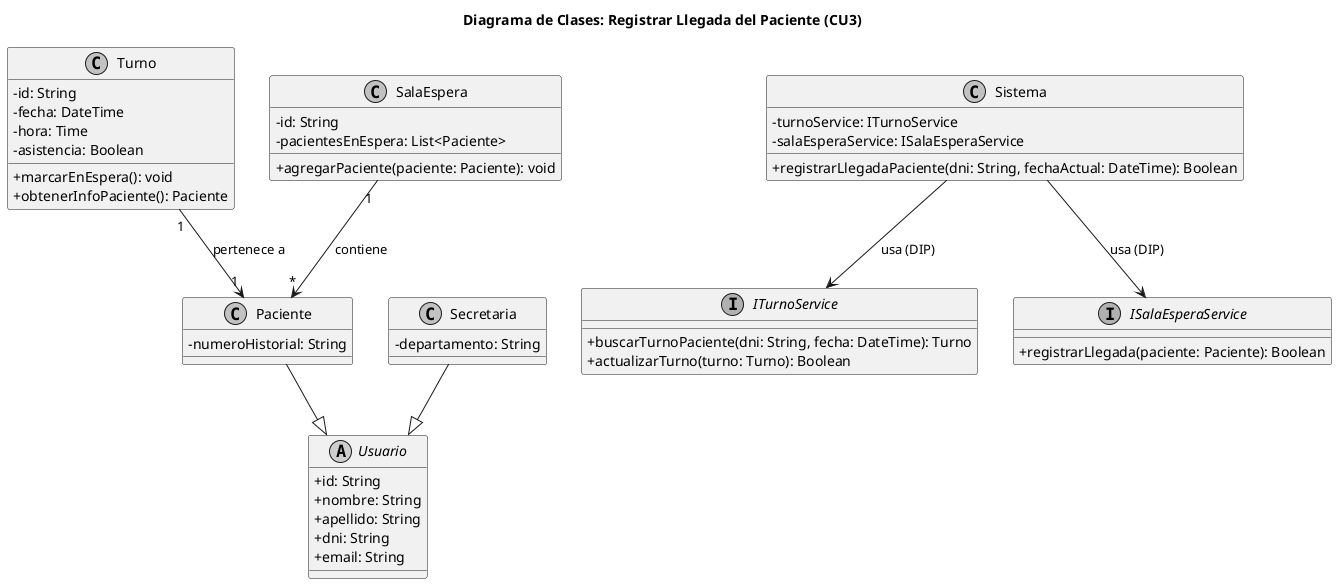
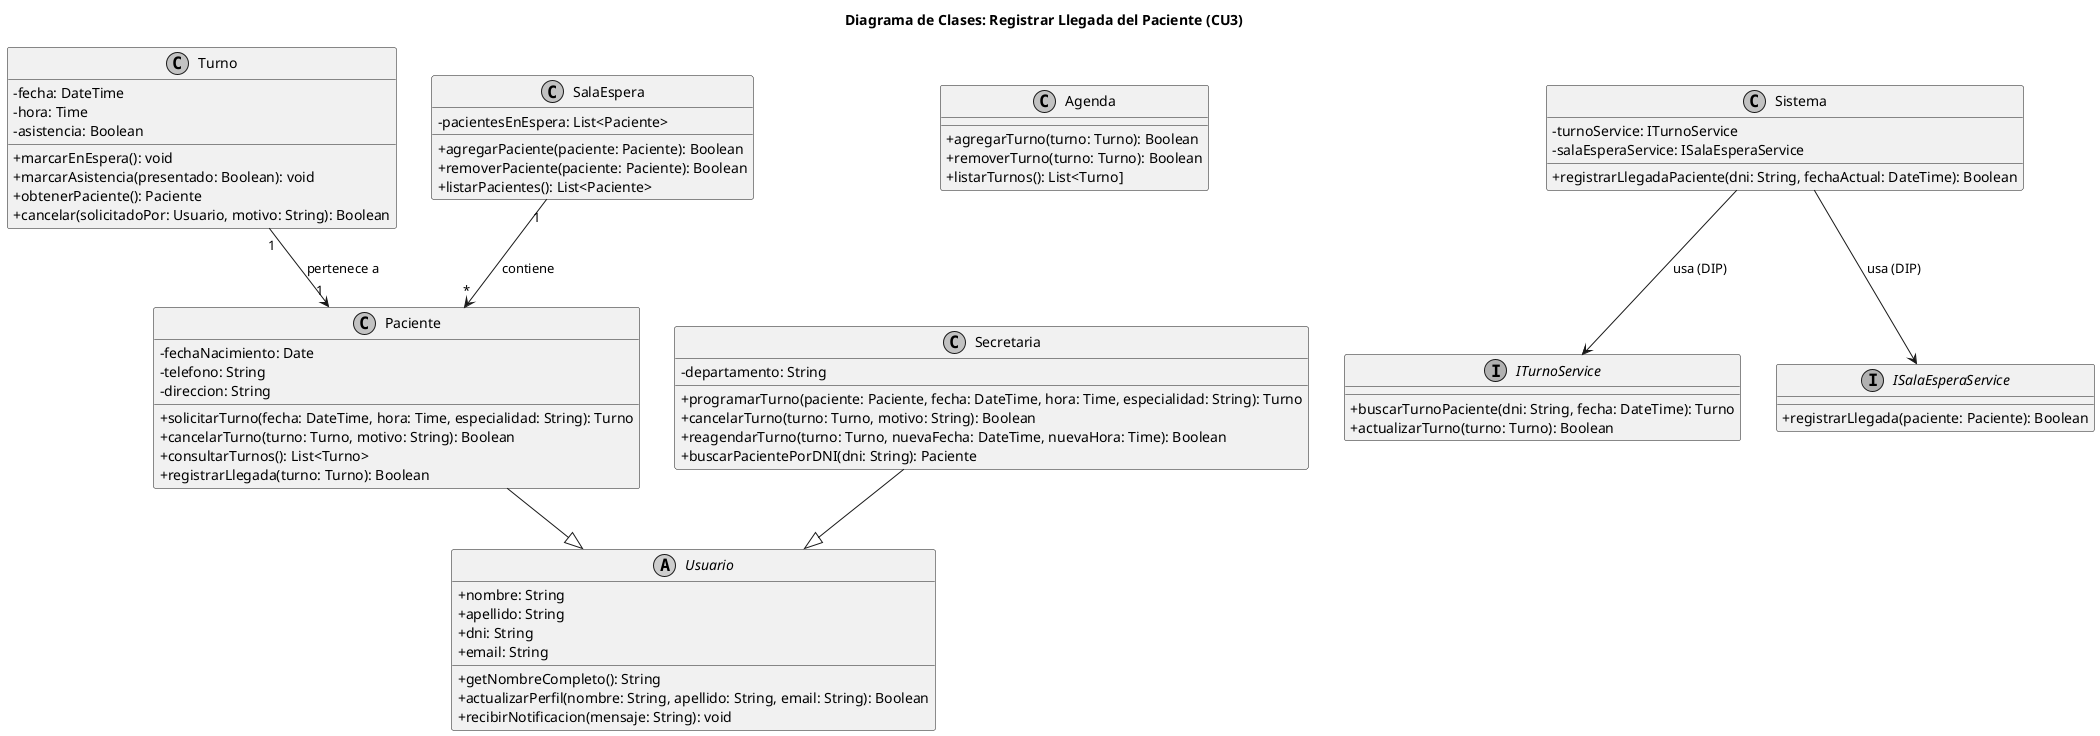
@startuml 03-clases-registrar-llegada-03
title Diagrama de Clases: Registrar Llegada del Paciente (CU3)

skinparam classAttributeIconSize 0
skinparam monochrome true

abstract class Usuario {
-     +id: String
    +nombre: String
    +apellido: String
    +dni: String
    +email: String
+     +getNombreCompleto(): String
+     +actualizarPerfil(nombre: String, apellido: String, email: String): Boolean
+     +recibirNotificacion(mensaje: String): void
}

class Paciente {
-     -numeroHistorial: String
+     -fechaNacimiento: Date
+     -telefono: String
+     -direccion: String
+     +solicitarTurno(fecha: DateTime, hora: Time, especialidad: String): Turno
+     +cancelarTurno(turno: Turno, motivo: String): Boolean
+     +consultarTurnos(): List<Turno>
+     +registrarLlegada(turno: Turno): Boolean
}

class Secretaria {
    -departamento: String
+     +programarTurno(paciente: Paciente, fecha: DateTime, hora: Time, especialidad: String): Turno
+     +cancelarTurno(turno: Turno, motivo: String): Boolean
+     +reagendarTurno(turno: Turno, nuevaFecha: DateTime, nuevaHora: Time): Boolean
+     +buscarPacientePorDNI(dni: String): Paciente
}

class Turno {
-     -id: String
    -fecha: DateTime
    -hora: Time
    -asistencia: Boolean
    +marcarEnEspera(): void
-     +obtenerInfoPaciente(): Paciente
+     +marcarAsistencia(presentado: Boolean): void
+     +obtenerPaciente(): Paciente
+     +cancelar(solicitadoPor: Usuario, motivo: String): Boolean
}

class SalaEspera {
-     -id: String
    -pacientesEnEspera: List<Paciente>
-     +agregarPaciente(paciente: Paciente): void
+     +agregarPaciente(paciente: Paciente): Boolean
+     +removerPaciente(paciente: Paciente): Boolean
+     +listarPacientes(): List<Paciente>
+ }
+ 
+ class Agenda {
+     +agregarTurno(turno: Turno): Boolean
+     +removerTurno(turno: Turno): Boolean
+     +listarTurnos(): List<Turno]
}

interface ITurnoService {
    +buscarTurnoPaciente(dni: String, fecha: DateTime): Turno
    +actualizarTurno(turno: Turno): Boolean
}

interface ISalaEsperaService {
    +registrarLlegada(paciente: Paciente): Boolean
}

class Sistema {
    -turnoService: ITurnoService
    -salaEsperaService: ISalaEsperaService
    +registrarLlegadaPaciente(dni: String, fechaActual: DateTime): Boolean
}

Paciente --|> Usuario
Secretaria --|> Usuario
Turno "1" --> "1" Paciente : pertenece a
Sistema --> ITurnoService : usa (DIP)
Sistema --> ISalaEsperaService : usa (DIP)
SalaEspera "1" --> "*" Paciente : contiene

@enduml